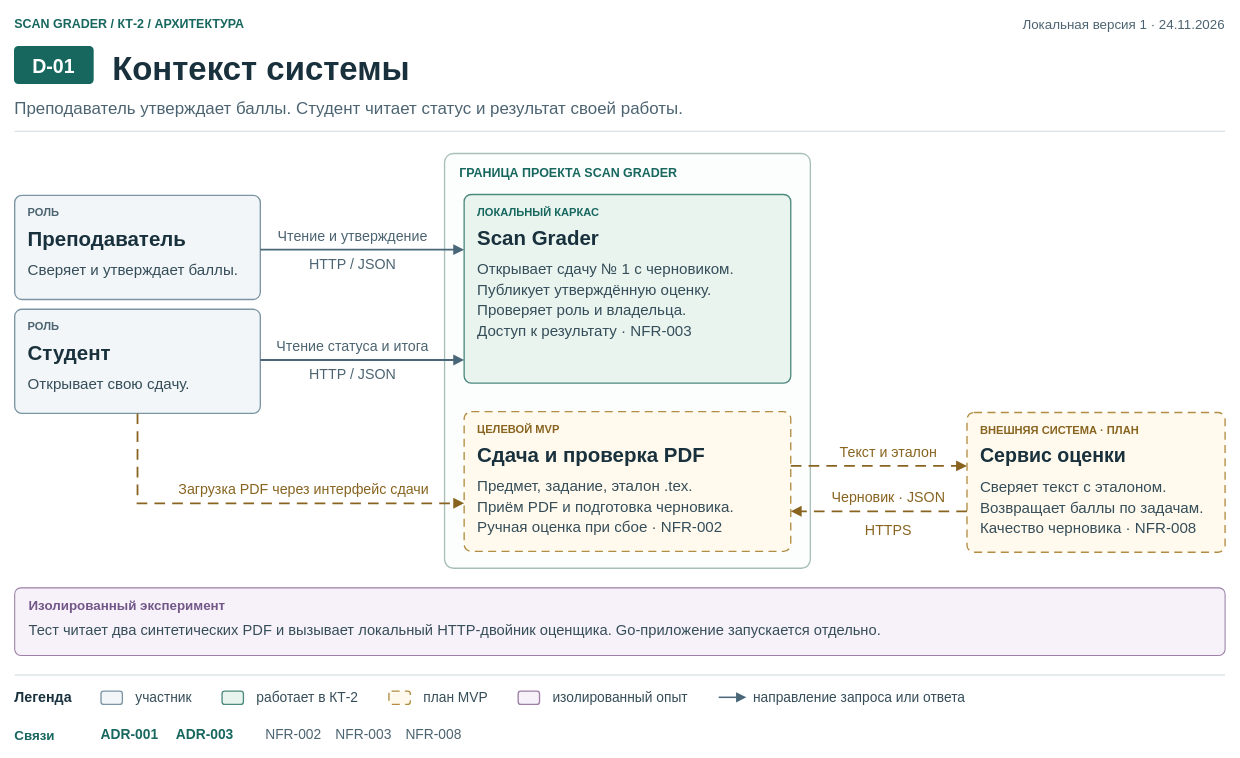
Before: page "D-01 · Контекст системы" (1 of 6) of docs/architecture/scan-grader.drawio in imogenclam/scanGrader_NIS, a draw.io diagram. Source tidied: cells renumbered, new cells numbered last; positions are measured from the earlier drawing's top-left corner, leaving out a move shared by most shapes. Both pictures are drawn from the tidied source at 89%, with x=0, y=0 at pixel (14, 14).
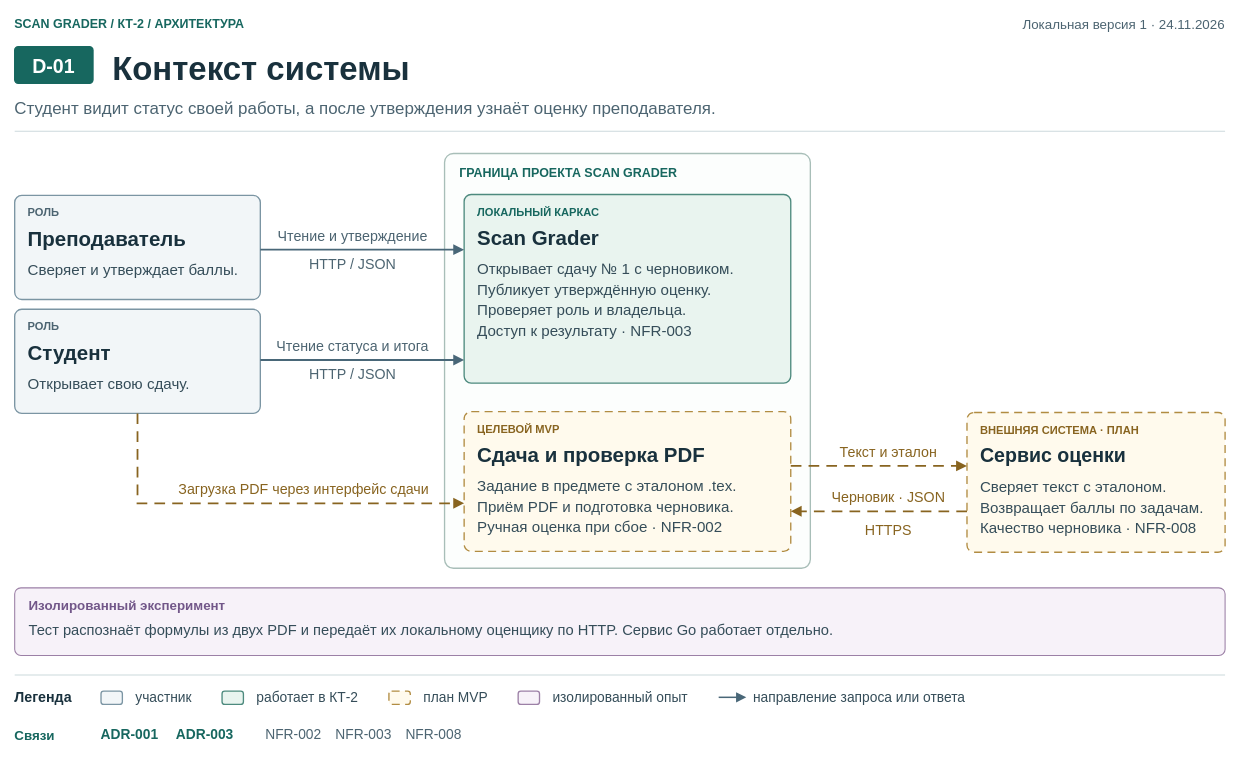
Above is the later version.

The change refers to these unchanged cells:
```xml
<mxCell id="26" style="shape=rectangle;rounded=1;absoluteArcSize=1;arcSize=16;html=0;fillColor=#FFFAED;strokeColor=#B18C42;strokeWidth=1.5;dashed=1;dashPattern=6 4;" parent="9" vertex="1">
  <mxGeometry x="22" y="290" width="367" height="157" as="geometry" />
</mxCell>
<mxCell id="51" style="shape=rectangle;rounded=1;absoluteArcSize=1;arcSize=14;html=0;fillColor=#F7F2F9;strokeColor=#9C80A6;strokeWidth=1.2;dashed=0;dashPattern=6 4;" parent="1" vertex="1">
  <mxGeometry y="644" width="1360" height="76" as="geometry" />
</mxCell>
```

Diff of the diagram source:
```diff
@@
-    <mxCell id="7" value="Преподаватель утверждает баллы. Студент читает статус и результат своей работы." style="text;html=0;whiteSpace=nowrap;strokeColor=none;fillColor=none;align=left;verticalAlign=middle;fontFamily=Arial;fontSize=19;fontColor=#4C6471;fontStyle=0;spacing=0;spacingTop=0;spacingLeft=0;spacingRight=0;spacingBottom=0;" parent="1" vertex="1">
+    <mxCell id="7" value="Студент видит статус своей работы, а после утверждения узнаёт оценку преподавателя." style="text;html=0;whiteSpace=nowrap;strokeColor=none;fillColor=none;align=left;verticalAlign=middle;fontFamily=Arial;fontSize=19;fontColor=#4C6471;fontStyle=0;spacing=0;spacingTop=0;spacingLeft=0;spacingRight=0;spacingBottom=0;" parent="1" vertex="1">
       <mxGeometry y="90" width="1360" height="27" as="geometry" />
     </mxCell>
@@
-    <mxCell id="29" value="Предмет, задание, эталон .tex." style="text;html=0;whiteSpace=nowrap;strokeColor=none;fillColor=none;align=left;verticalAlign=middle;fontFamily=Arial;fontSize=17;fontColor=#354D59;fontStyle=0;spacing=0;spacingTop=0;spacingLeft=0;spacingRight=0;spacingBottom=0;" parent="26" vertex="1">
+    <mxCell id="29" value="Задание в предмете с эталоном .tex." style="text;html=0;whiteSpace=nowrap;strokeColor=none;fillColor=none;align=left;verticalAlign=middle;fontFamily=Arial;fontSize=17;fontColor=#354D59;fontStyle=0;spacing=0;spacingTop=0;spacingLeft=0;spacingRight=0;spacingBottom=0;" parent="26" vertex="1">
       <mxGeometry x="15" y="72" width="337" height="21" as="geometry" />
     </mxCell>
@@
-    <mxCell id="53" value="Тест читает два синтетических PDF и вызывает локальный HTTP-двойник оценщика. Go-приложение запускается отдельно." style="text;html=0;whiteSpace=nowrap;strokeColor=none;fillColor=none;align=left;verticalAlign=middle;fontFamily=Arial;fontSize=16.5;fontColor=#354D59;fontStyle=0;spacing=0;spacingTop=0;spacingLeft=0;spacingRight=0;spacingBottom=0;" parent="51" vertex="1">
+    <mxCell id="53" value="Тест распознаёт формулы из двух PDF и передаёт их локальному оценщику по HTTP. Сервис Go работает отдельно." style="text;html=0;whiteSpace=nowrap;strokeColor=none;fillColor=none;align=left;verticalAlign=middle;fontFamily=Arial;fontSize=16.5;fontColor=#354D59;fontStyle=0;spacing=0;spacingTop=0;spacingLeft=0;spacingRight=0;spacingBottom=0;" parent="51" vertex="1">
       <mxGeometry x="16" y="36" width="1328" height="21" as="geometry" />
     </mxCell>
```
